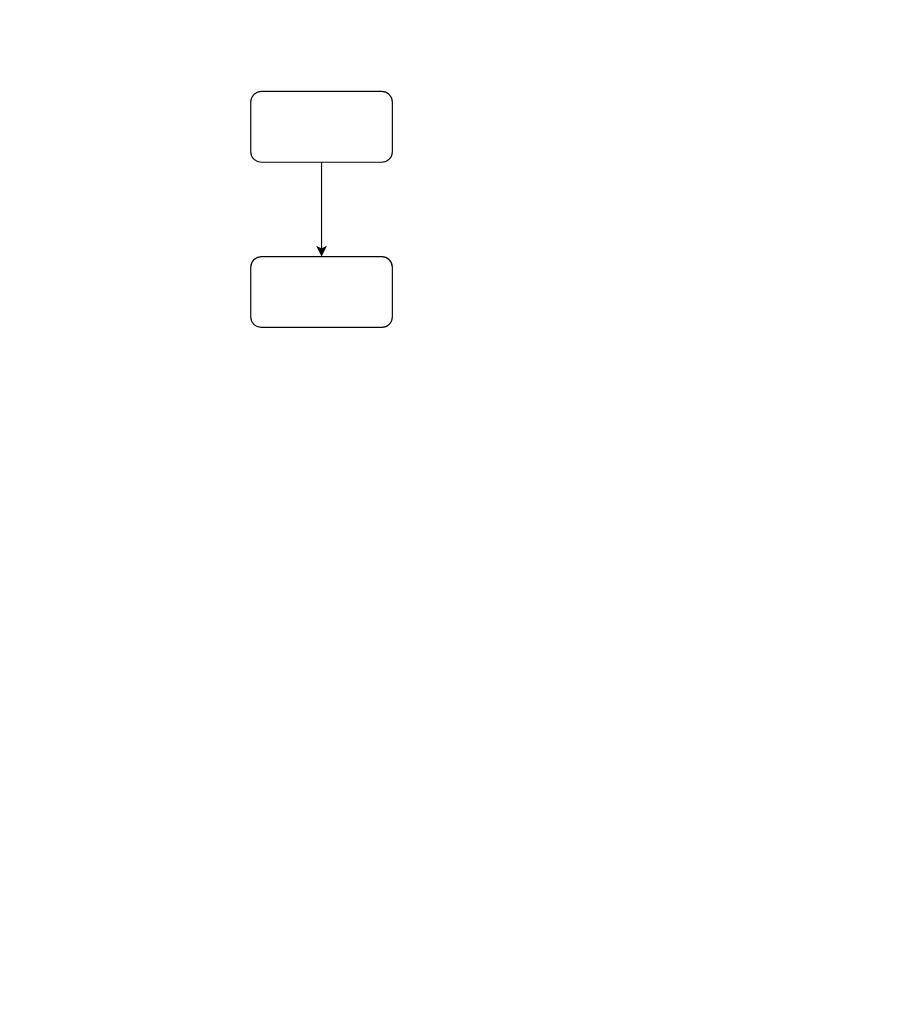
Earlier version of the draw.io diagram Untitled Diagram.drawio (yz19930826/pics). Source tidied: cells renumbered, new cells numbered last; positions are measured from the earlier drawing's top-left corner, leaving out a move shared by most shapes. Both pictures are drawn from the tidied source at 118%, with x=0, y=0 at pixel (250, 91).
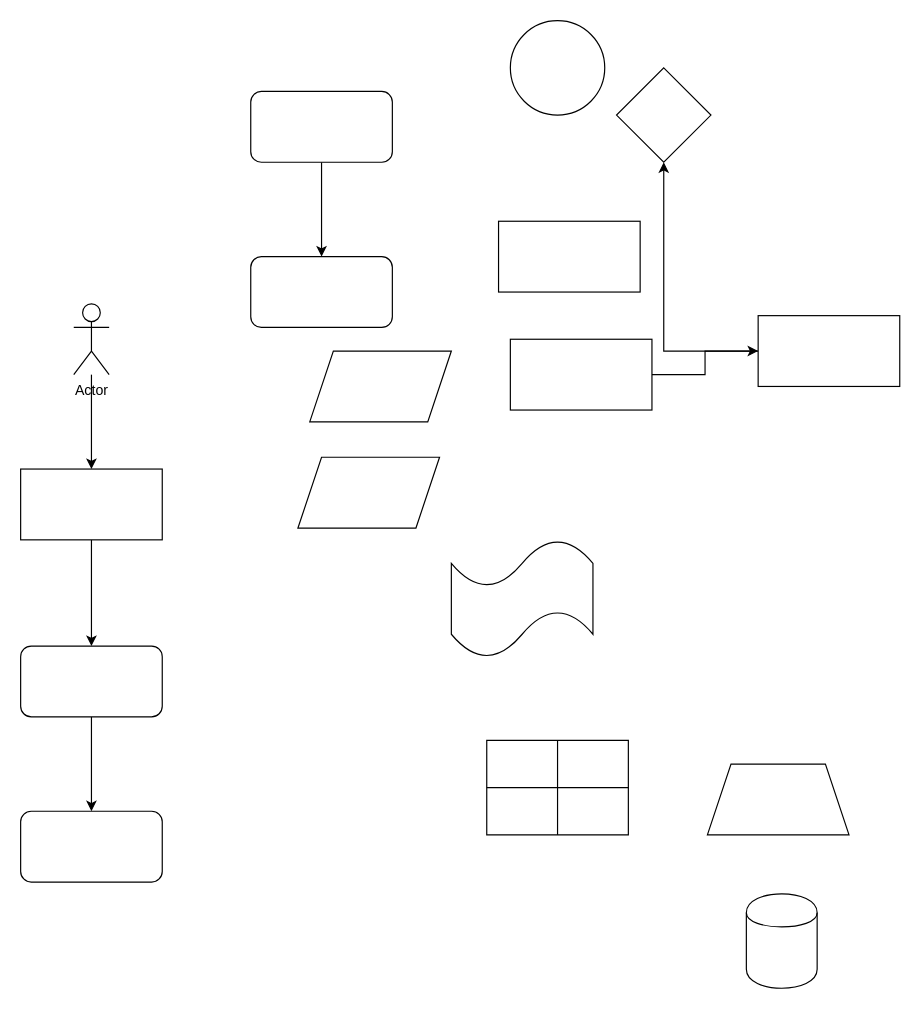
The same diagram, later.

Change to the diagram source:
```diff
@@
+    <mxCell id="5" style="edgeStyle=orthogonalEdgeStyle;curved=0;rounded=1;sketch=0;jettySize=auto;html=1;exitX=0.5;exitY=1;exitDx=0;exitDy=0;" parent="1" edge="1" source="27" target="29">
+      <mxGeometry relative="1" as="geometry" />
+    </mxCell>
@@
+    <mxCell id="6" style="edgeStyle=orthogonalEdgeStyle;rounded=0;jettySize=auto;html=1;" parent="1" edge="1" source="7" target="19">
+      <mxGeometry relative="1" as="geometry" />
+    </mxCell>
+    <mxCell id="7" style="whiteSpace=wrap;html=1;direction=south;rotation=90;" parent="1" vertex="1">
+      <mxGeometry x="250" y="180" width="60" height="120" as="geometry" />
+    </mxCell>
+    <mxCell id="8" style="whiteSpace=wrap;html=1;direction=south;rotation=90;" parent="1" vertex="1">
+      <mxGeometry x="240" y="80" width="60" height="120" as="geometry" />
+    </mxCell>
+    <mxCell id="9" style="ellipse;whiteSpace=wrap;html=1;" parent="1" vertex="1">
+      <mxGeometry x="220" y="-60" width="80" height="80" as="geometry" />
+    </mxCell>
+    <mxCell id="10" style="rhombus;whiteSpace=wrap;html=1;" parent="1" vertex="1">
+      <mxGeometry x="310" y="-20" width="80" height="80" as="geometry" />
+    </mxCell>
+    <mxCell id="11" style="shape=table;html=1;whiteSpace=wrap;startSize=0;childLayout=tableLayout;" parent="1" vertex="1">
+      <mxGeometry x="200" y="550" width="120" height="80" as="geometry" />
+    </mxCell>
+    <mxCell id="12" style="shape=partialRectangle;html=1;whiteSpace=wrap;fillColor=none;top=0;left=0;bottom=0;right=0;" parent="11" vertex="1">
+      <mxGeometry width="120" height="40" as="geometry" />
+    </mxCell>
+    <mxCell id="13" style="shape=partialRectangle;html=1;whiteSpace=wrap;overflow=hidden;fillColor=none;top=0;left=0;bottom=0;right=0;" parent="12" vertex="1">
+      <mxGeometry width="60" height="40" as="geometry" />
+    </mxCell>
+    <mxCell id="14" style="shape=partialRectangle;html=1;whiteSpace=wrap;overflow=hidden;fillColor=none;top=0;left=0;bottom=0;right=0;" parent="12" vertex="1">
+      <mxGeometry x="60" width="60" height="40" as="geometry" />
+    </mxCell>
+    <mxCell id="15" style="shape=partialRectangle;html=1;whiteSpace=wrap;fillColor=none;top=0;left=0;bottom=0;right=0;" parent="11" vertex="1">
+      <mxGeometry y="40" width="120" height="40" as="geometry" />
+    </mxCell>
+    <mxCell id="16" style="shape=partialRectangle;html=1;whiteSpace=wrap;overflow=hidden;fillColor=none;top=0;left=0;bottom=0;right=0;" parent="15" vertex="1">
+      <mxGeometry width="60" height="40" as="geometry" />
+    </mxCell>
+    <mxCell id="17" style="shape=partialRectangle;html=1;whiteSpace=wrap;overflow=hidden;fillColor=none;top=0;left=0;bottom=0;right=0;" parent="15" vertex="1">
+      <mxGeometry x="60" width="60" height="40" as="geometry" />
+    </mxCell>
+    <mxCell id="18" style="edgeStyle=orthogonalEdgeStyle;rounded=0;jettySize=auto;html=1;" parent="1" edge="1" source="19" target="10">
+      <mxGeometry relative="1" as="geometry" />
+    </mxCell>
+    <mxCell id="19" style="whiteSpace=wrap;html=1;direction=south;rotation=90;" parent="1" vertex="1">
+      <mxGeometry x="460" y="160" width="60" height="120" as="geometry" />
+    </mxCell>
+    <mxCell id="20" style="shape=tape;whiteSpace=wrap;html=1;" parent="1" vertex="1">
+      <mxGeometry x="170" y="380" width="120" height="100" as="geometry" />
+    </mxCell>
+    <mxCell id="21" style="shape=cylinder;whiteSpace=wrap;html=1;boundedLbl=1;backgroundOutline=1;" parent="1" vertex="1">
+      <mxGeometry x="420" y="680" width="60" height="80" as="geometry" />
+    </mxCell>
+    <mxCell id="22" style="shape=trapezoid;perimeter=trapezoidPerimeter;whiteSpace=wrap;html=1;fixedSize=1;" parent="1" vertex="1">
+      <mxGeometry x="387" y="570" width="120" height="60" as="geometry" />
+    </mxCell>
+    <mxCell id="23" style="shape=parallelogram;perimeter=parallelogramPerimeter;whiteSpace=wrap;html=1;fixedSize=1;" parent="1" vertex="1">
+      <mxGeometry x="40" y="310" width="120" height="60" as="geometry" />
+    </mxCell>
+    <mxCell id="24" style="shape=parallelogram;perimeter=parallelogramPerimeter;whiteSpace=wrap;html=1;fixedSize=1;" parent="1" vertex="1">
+      <mxGeometry x="50" y="220" width="120" height="60" as="geometry" />
+    </mxCell>
+    <mxCell id="25" style="edgeStyle=orthogonalEdgeStyle;curved=0;rounded=1;sketch=0;jettySize=auto;html=1;" parent="1" edge="1" source="26" target="27">
+      <mxGeometry relative="1" as="geometry" />
+    </mxCell>
+    <mxCell id="26" value="Actor" style="shape=umlActor;verticalLabelPosition=bottom;verticalAlign=top;html=1;outlineConnect=0;rounded=0;sketch=0;" parent="1" vertex="1">
+      <mxGeometry x="-150" y="180" width="30" height="60" as="geometry" />
+    </mxCell>
+    <mxCell id="27" style="whiteSpace=wrap;html=1;rounded=0;verticalAlign=top;sketch=0;" parent="1" vertex="1">
+      <mxGeometry x="-195" y="320" width="120" height="60" as="geometry" />
+    </mxCell>
+    <mxCell id="28" style="edgeStyle=orthogonalEdgeStyle;curved=0;rounded=1;sketch=0;jettySize=auto;html=1;" parent="1" edge="1" source="29" target="30">
+      <mxGeometry relative="1" as="geometry" />
+    </mxCell>
+    <mxCell id="29" style="rounded=1;whiteSpace=wrap;html=1;sketch=0;" parent="1" vertex="1">
+      <mxGeometry x="-195" y="470" width="120" height="60" as="geometry" />
+    </mxCell>
+    <mxCell id="30" style="whiteSpace=wrap;html=1;rounded=1;sketch=0;" parent="1" vertex="1">
+      <mxGeometry x="-195" y="610" width="120" height="60" as="geometry" />
+    </mxCell>
```
